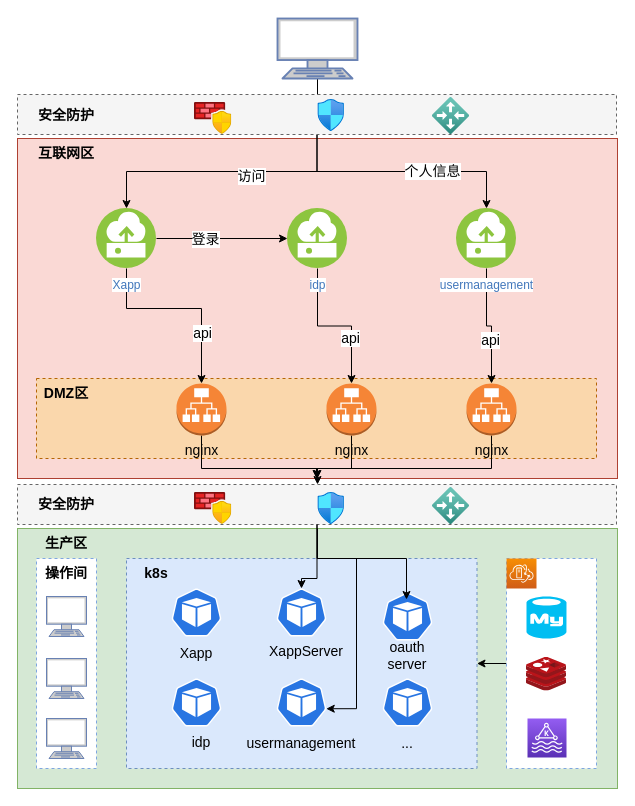
Above: user/未命名绘图.drawio in liangxiansheng007/drawio (draw.io), before the change. Source tidied: cells renumbered, new cells numbered last; positions are measured from the earlier drawing's top-left corner, leaving out a move shared by most shapes. Both pictures are drawn from the tidied source at 100%, with x=0, y=0 at pixel (17, 18).
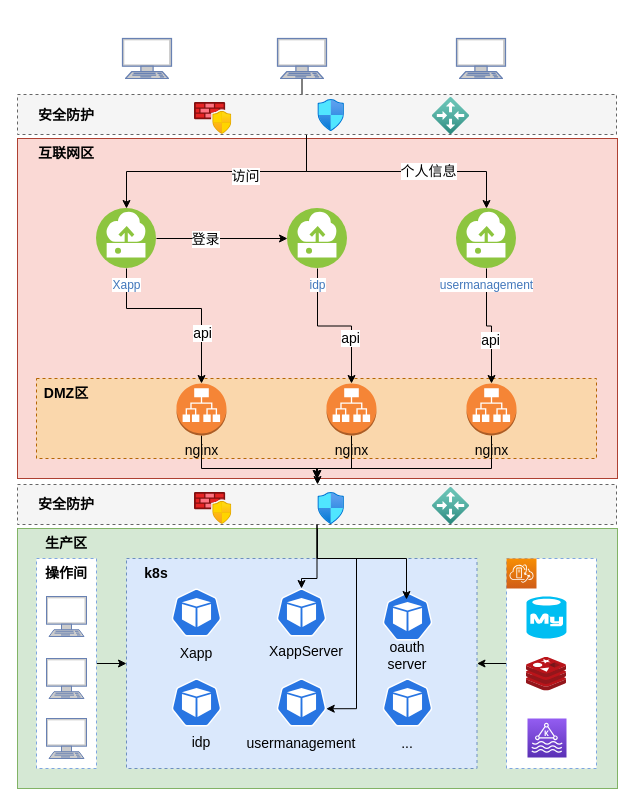
Above is the later version.

Commit message (it also covers changes not shown here):
更新未命名绘图.drawio

Unchanged cells that the change refers to:
```xml
<mxCell id="16" style="rounded=0;whiteSpace=wrap;html=1;dashed=1;fontSize=14;fillColor=#dae8fc;strokeColor=#6c8ebf;" parent="1" vertex="1">
  <mxGeometry x="109" y="540" width="350.5" height="210" as="geometry" />
</mxCell>
<mxCell id="25" value="Xapp" style="perimeter=ellipsePerimeter;html=1;align=center;shadow=0;dashed=0;fontColor=#4277BB;labelBackgroundColor=#ffffff;fontSize=12;spacingTop=3;image;image=img/lib/ibm/vpc/Instance.svg;" parent="1" vertex="1">
  <mxGeometry x="79" y="190" width="60" height="60" as="geometry" />
</mxCell>
<mxCell id="36" style="rounded=0;whiteSpace=wrap;html=1;dashed=1;fontSize=14;strokeColor=#666666;fillColor=#f5f5f5;fontColor=#333333;" parent="1" vertex="1">
  <mxGeometry y="76" width="599" height="40" as="geometry" />
</mxCell>
<mxCell id="41" style="rounded=0;whiteSpace=wrap;html=1;dashed=1;strokeColor=#7EA6E0;fontSize=14;" parent="1" vertex="1">
  <mxGeometry x="19" y="540" width="60" height="210" as="geometry" />
</mxCell>
<mxCell id="68" value="usermanagement" style="perimeter=ellipsePerimeter;html=1;align=center;shadow=0;dashed=0;fontColor=#4277BB;labelBackgroundColor=#ffffff;fontSize=12;spacingTop=3;image;image=img/lib/ibm/vpc/Instance.svg;" parent="1" vertex="1">
  <mxGeometry x="439" y="190" width="60" height="60" as="geometry" />
</mxCell>
```

Change to the diagram source:
```diff
@@
     <mxCell id="7" style="fontColor=#0066CC;verticalAlign=top;verticalLabelPosition=bottom;labelPosition=center;align=center;html=1;outlineConnect=0;fillColor=#CCCCCC;strokeColor=#6881B3;gradientColor=none;gradientDirection=north;strokeWidth=2;shape=mxgraph.networks.terminal;" parent="1" vertex="1">
-      <mxGeometry x="260" width="80" height="60" as="geometry" />
+      <mxGeometry x="260" y="20" width="49" height="40" as="geometry" />
     </mxCell>
@@
     <mxCell id="32" style="edgeStyle=orthogonalEdgeStyle;rounded=0;jettySize=auto;html=1;fontSize=14;" parent="1" edge="1" source="36" target="25">
-      <mxGeometry relative="1" as="geometry" />
+      <mxGeometry relative="1" as="geometry">
+        <Array as="points">
+          <mxPoint x="289" y="153" />
+          <mxPoint x="109" y="153" />
+        </Array>
+      </mxGeometry>
     </mxCell>
@@
     <mxCell id="34" style="edgeStyle=orthogonalEdgeStyle;rounded=0;jettySize=auto;html=1;fontSize=14;" parent="1" edge="1" source="36" target="68">
-      <mxGeometry relative="1" as="geometry" />
+      <mxGeometry relative="1" as="geometry">
+        <Array as="points">
+          <mxPoint x="289" y="153" />
+          <mxPoint x="469" y="153" />
+        </Array>
+      </mxGeometry>
     </mxCell>
@@
+    <mxCell id="69" style="edgeStyle=orthogonalEdgeStyle;rounded=0;jettySize=auto;html=1;entryX=0;entryY=0.5;entryDx=0;entryDy=0;fontSize=14;" parent="1" edge="1" source="41" target="16">
+      <mxGeometry relative="1" as="geometry" />
+    </mxCell>
@@
+    <mxCell id="70" style="fontColor=#0066CC;verticalAlign=top;verticalLabelPosition=bottom;labelPosition=center;align=center;html=1;fillColor=#CCCCCC;strokeColor=#6881B3;gradientColor=none;gradientDirection=north;strokeWidth=2;shape=mxgraph.networks.terminal;" parent="1" vertex="1">
+      <mxGeometry x="105" y="20" width="49" height="40" as="geometry" />
+    </mxCell>
+    <mxCell id="71" style="fontColor=#0066CC;verticalAlign=top;verticalLabelPosition=bottom;labelPosition=center;align=center;html=1;fillColor=#CCCCCC;strokeColor=#6881B3;gradientColor=none;gradientDirection=north;strokeWidth=2;shape=mxgraph.networks.terminal;" parent="1" vertex="1">
+      <mxGeometry x="439" y="20" width="49" height="40" as="geometry" />
+    </mxCell>
```
